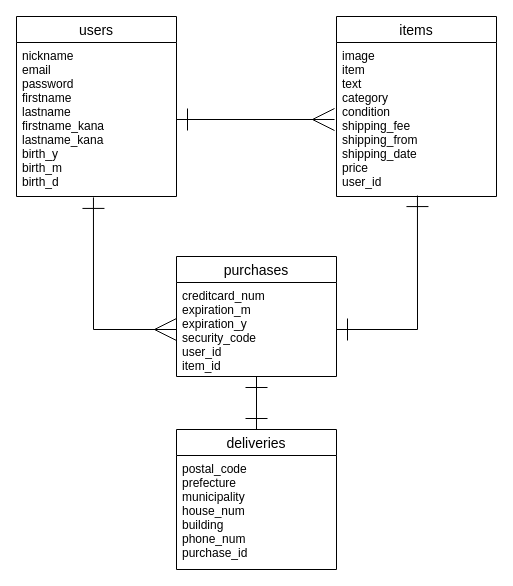
This is table.dio from TomonariNagai/furima-29587, a draw.io file, before an edit. Source tidied: cells renumbered, new cells numbered last; positions are measured from the earlier drawing's top-left corner, leaving out a move shared by most shapes. Both pictures are drawn from the tidied source at 100%, with x=0, y=0 at pixel (16, 16).
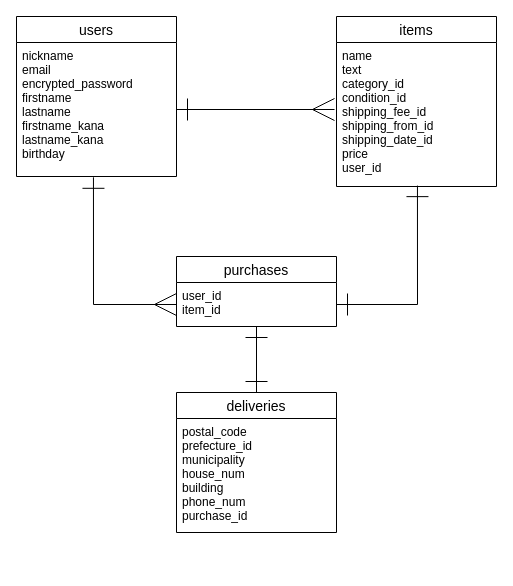
Above is the later version.

Commit message (it also covers changes not shown here):
[fix]テーブル設計の修正

Change to the diagram source:
```diff
@@
 <mxGraphModel>
   <root>
     <mxCell id="0" />
     <mxCell id="1" parent="0" />
     <mxCell id="2" value="purchases" style="swimlane;fontStyle=0;horizontal=1;startSize=26;align=center;fontSize=14;" parent="1" vertex="1">
-      <mxGeometry x="160" y="240" width="160" height="120" as="geometry" />
+      <mxGeometry x="160" y="240" width="160" height="70" as="geometry" />
     </mxCell>
-    <mxCell id="3" value="creditcard_num&#10;expiration_m&#10;expiration_y&#10;security_code&#10;user_id&#10;item_id" style="text;strokeColor=none;fillColor=none;spacingLeft=4;spacingRight=4;overflow=hidden;points=[[0,0.5],[1,0.5]];portConstraint=eastwest;fontSize=12;" parent="2" vertex="1">
-      <mxGeometry y="26" width="160" height="94" as="geometry" />
+    <mxCell id="3" value="user_id&#10;item_id" style="text;strokeColor=none;fillColor=none;spacingLeft=4;spacingRight=4;overflow=hidden;points=[[0,0.5],[1,0.5]];portConstraint=eastwest;fontSize=12;" parent="2" vertex="1">
+      <mxGeometry y="26" width="160" height="44" as="geometry" />
     </mxCell>
     <mxCell id="4" value="items" style="swimlane;fontStyle=0;horizontal=1;startSize=26;align=center;fontSize=14;" parent="1" vertex="1">
-      <mxGeometry x="320" width="160" height="180" as="geometry" />
+      <mxGeometry x="320" width="160" height="170" as="geometry" />
     </mxCell>
-    <mxCell id="5" value="image&#10;item&#10;text&#10;category&#10;condition&#10;shipping_fee&#10;shipping_from&#10;shipping_date&#10;price&#10;user_id&#10;" style="text;strokeColor=none;fillColor=none;spacingLeft=4;spacingRight=4;overflow=hidden;points=[[0,0.5],[1,0.5]];portConstraint=eastwest;fontSize=12;" parent="4" vertex="1">
-      <mxGeometry y="26" width="160" height="154" as="geometry" />
+    <mxCell id="5" value="name&#10;text&#10;category_id&#10;condition_id&#10;shipping_fee_id&#10;shipping_from_id&#10;shipping_date_id&#10;price&#10;user_id&#10;" style="text;strokeColor=none;fillColor=none;spacingLeft=4;spacingRight=4;overflow=hidden;points=[[0,0.5],[1,0.5]];portConstraint=eastwest;fontSize=12;" parent="4" vertex="1">
+      <mxGeometry y="26" width="160" height="144" as="geometry" />
     </mxCell>
     <mxCell id="6" value="users" style="swimlane;fontStyle=0;horizontal=1;startSize=26;align=center;fontSize=14;" parent="1" vertex="1">
-      <mxGeometry width="160" height="180" as="geometry" />
+      <mxGeometry width="160" height="160" as="geometry" />
     </mxCell>
-    <mxCell id="7" value="nickname&#10;email&#10;password&#10;firstname&#10;lastname&#10;firstname_kana&#10;lastname_kana&#10;birth_y&#10;birth_m&#10;birth_d" style="text;strokeColor=none;fillColor=none;spacingLeft=4;spacingRight=4;overflow=hidden;points=[[0,0.5],[1,0.5]];portConstraint=eastwest;fontSize=12;" parent="6" vertex="1">
-      <mxGeometry y="26" width="160" height="154" as="geometry" />
+    <mxCell id="7" value="nickname&#10;email&#10;encrypted_password&#10;firstname&#10;lastname&#10;firstname_kana&#10;lastname_kana&#10;birthday" style="text;strokeColor=none;fillColor=none;spacingLeft=4;spacingRight=4;overflow=hidden;points=[[0,0.5],[1,0.5]];portConstraint=eastwest;fontSize=12;" parent="6" vertex="1">
+      <mxGeometry y="26" width="160" height="134" as="geometry" />
     </mxCell>
     <mxCell id="8" style="rounded=0;jettySize=auto;html=1;exitX=0.5;exitY=0;exitDx=0;exitDy=0;startArrow=ERone;startFill=0;sourcePerimeterSpacing=0;endArrow=ERone;endFill=0;endSize=20;startSize=20;" parent="1" edge="1" source="9" target="3">
       <mxGeometry relative="1" as="geometry" />
     </mxCell>
     <mxCell id="9" value="deliveries" style="swimlane;fontStyle=0;horizontal=1;startSize=26;align=center;fontSize=14;" parent="1" vertex="1">
-      <mxGeometry x="160" y="413" width="160" height="140" as="geometry" />
+      <mxGeometry x="160" y="376" width="160" height="140" as="geometry" />
     </mxCell>
-    <mxCell id="10" value="postal_code&#10;prefecture&#10;municipality&#10;house_num&#10;building&#10;phone_num&#10;purchase_id" style="text;strokeColor=none;fillColor=none;spacingLeft=4;spacingRight=4;overflow=hidden;fontSize=12;" parent="9" vertex="1">
+    <mxCell id="10" value="postal_code&#10;prefecture_id&#10;municipality&#10;house_num&#10;building&#10;phone_num&#10;purchase_id" style="text;strokeColor=none;fillColor=none;spacingLeft=4;spacingRight=4;overflow=hidden;fontSize=12;" parent="9" vertex="1">
       <mxGeometry y="26" width="160" height="114" as="geometry" />
     </mxCell>
     <mxCell id="11" style="edgeStyle=none;rounded=0;jettySize=auto;html=1;exitX=1;exitY=0.5;exitDx=0;exitDy=0;startArrow=ERone;startFill=0;sourcePerimeterSpacing=10;endArrow=ERmany;endFill=0;endSize=20;startSize=20;" parent="1" edge="1" source="7">
       <mxGeometry relative="1" as="geometry">
-        <mxPoint x="318" y="103" as="targetPoint" />
+        <mxPoint x="318" y="93" as="targetPoint" />
       </mxGeometry>
     </mxCell>
     <mxCell id="12" style="edgeStyle=orthogonalEdgeStyle;rounded=0;jettySize=auto;html=1;exitX=0;exitY=0.5;exitDx=0;exitDy=0;startArrow=ERmany;startFill=0;startSize=20;sourcePerimeterSpacing=0;endArrow=ERone;endFill=0;endSize=20;entryX=0.481;entryY=1.006;entryDx=0;entryDy=0;entryPerimeter=0;" parent="1" edge="1" source="3" target="7">
       <mxGeometry relative="1" as="geometry">
         <Array as="points">
-          <mxPoint x="77" y="313" />
+          <mxPoint x="77" y="288" />
         </Array>
       </mxGeometry>
     </mxCell>
     <mxCell id="13" style="edgeStyle=orthogonalEdgeStyle;rounded=0;jettySize=auto;html=1;exitX=1;exitY=0.5;exitDx=0;exitDy=0;startArrow=ERone;startFill=0;startSize=20;sourcePerimeterSpacing=0;endArrow=ERone;endFill=0;endSize=20;entryX=0.506;entryY=0.994;entryDx=0;entryDy=0;entryPerimeter=0;" parent="1" edge="1" source="3" target="5">
       <mxGeometry relative="1" as="geometry" />
     </mxCell>
   </root>
 </mxGraphModel>
```
